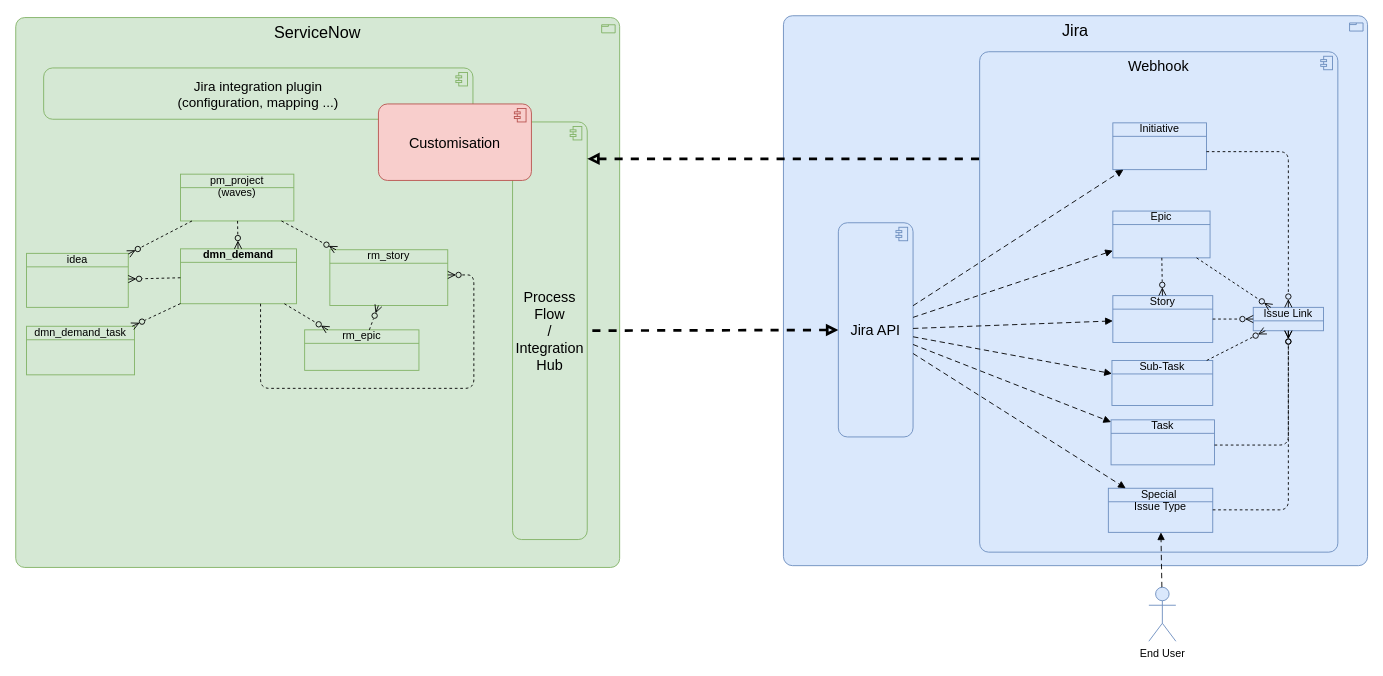
Above: page "integrationHubV2" (19 of 19) of Bosch.drawio in algimas/tmp (draw.io), before the change. Source tidied: cells renumbered, new cells numbered last; positions are measured from the earlier drawing's top-left corner, leaving out a move shared by most shapes. Both pictures are drawn from the tidied source at 90%, with x=0, y=0 at pixel (15, 15).
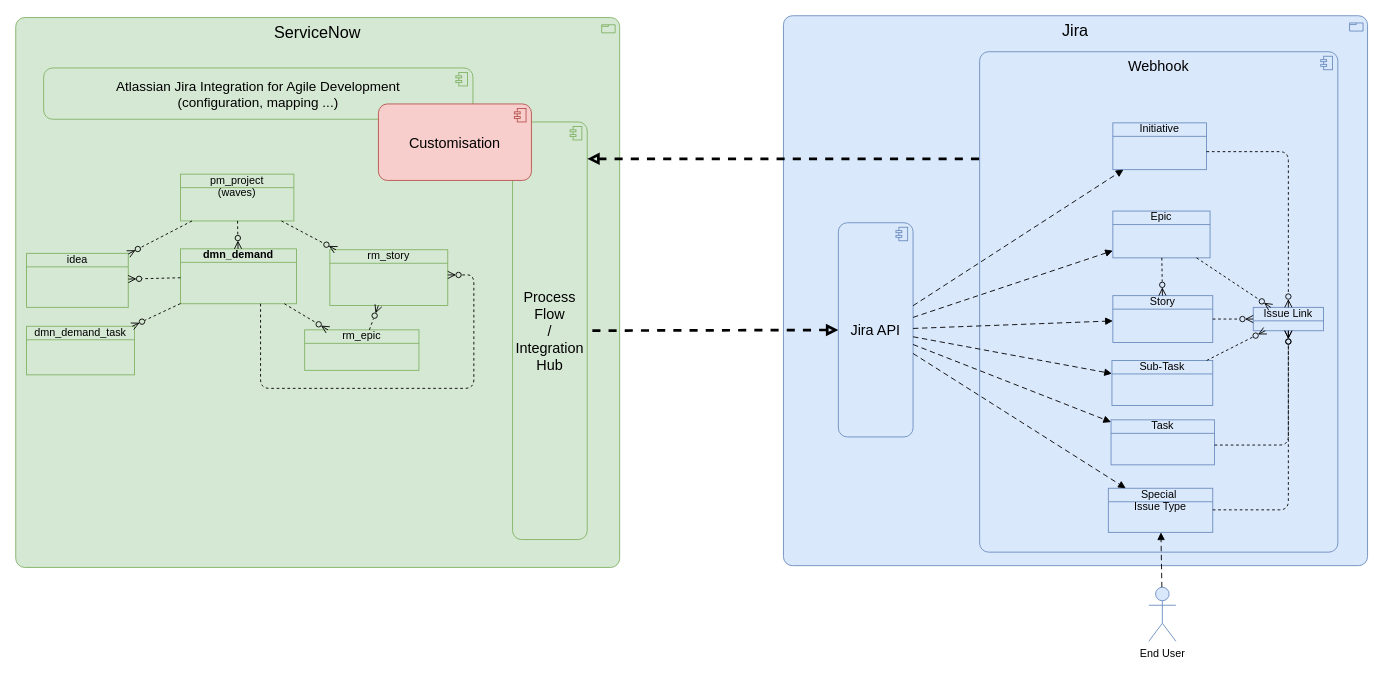
After the change.

Change to the diagram source:
```diff
@@
-    <mxCell id="8" value="&lt;div&gt;Jira integration plugin&lt;/div&gt;&lt;div&gt;(configuration, mapping ...)&lt;/div&gt;" style="html=1;whiteSpace=wrap;fillColor=#d5e8d4;shape=mxgraph.archimate3.application;appType=comp;archiType=rounded;strokeColor=#82b366;verticalAlign=middle;fontStyle=0;fontSize=15;" parent="1" vertex="1">
+    <mxCell id="8" value="&lt;div&gt;Atlassian Jira Integration for Agile Development&lt;/div&gt;&lt;div&gt;(configuration, mapping ...)&lt;/div&gt;" style="html=1;whiteSpace=wrap;fillColor=#d5e8d4;shape=mxgraph.archimate3.application;appType=comp;archiType=rounded;strokeColor=#82b366;verticalAlign=middle;fontStyle=0;fontSize=15;" parent="1" vertex="1">
       <mxGeometry x="31" y="58" width="477" height="57" as="geometry" />
     </mxCell>
```
